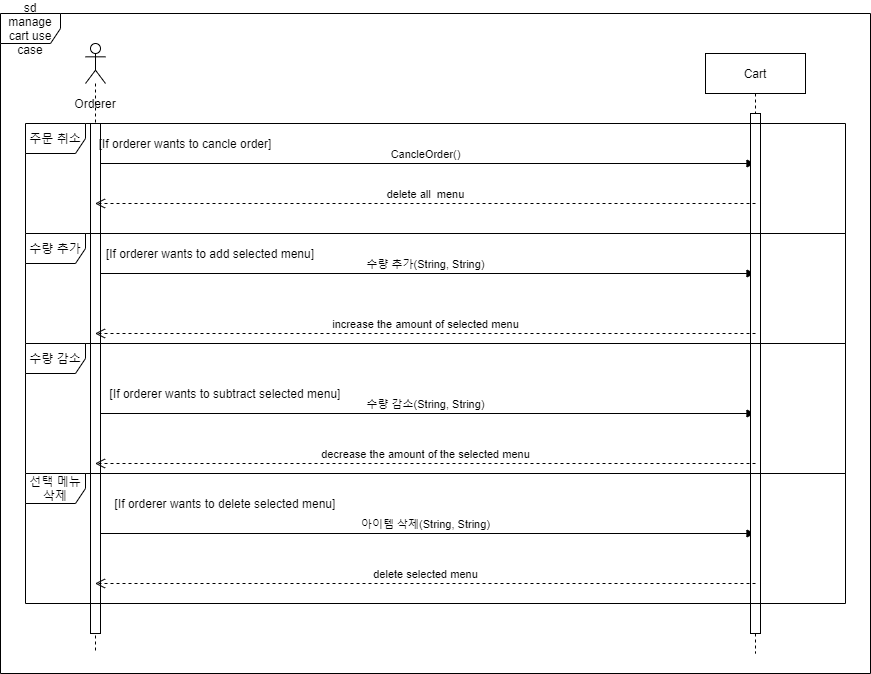
This is 상세명세서/Behavioral Model/sequence diagram/장바구니 관리.png from distroytest/KNUSD-20202-Team05, a draw.io export, as it was before one commit. Source tidied: cells renumbered, new cells last; positions are measured from the earlier drawing's top-left corner, leaving out a move shared by most shapes.
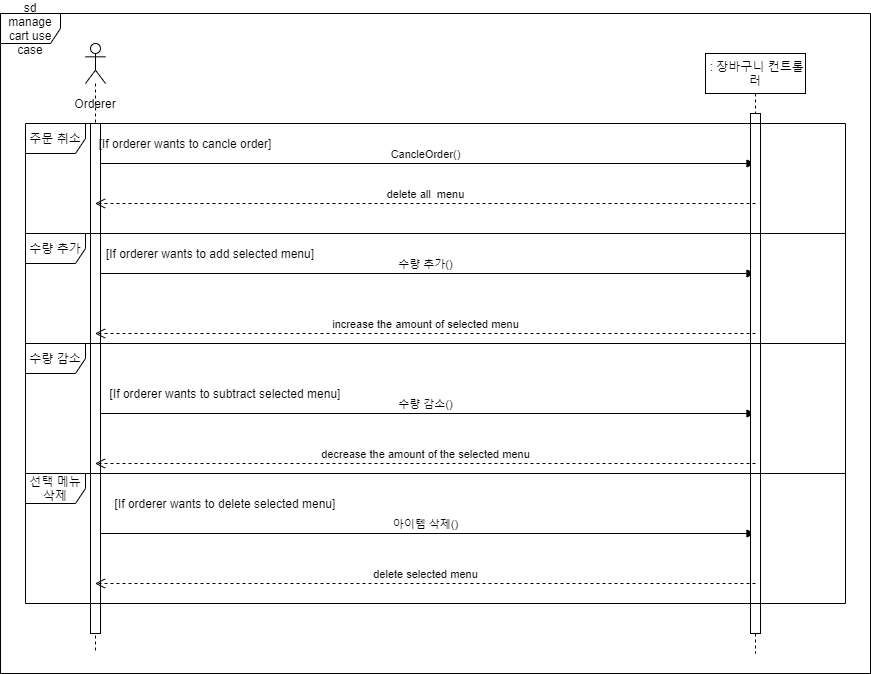
The same diagram one commit later.

Commit message:
Update 장바구니 관리.png

Diff of the diagram source:
```diff
@@ -10,17 +10,17 @@
         <mxPoint x="10" y="120" as="sourcePoint" />
       </mxGeometry>
     </mxCell>
-    <mxCell id="4" value="수량 추가(String, String)" style="html=1;verticalAlign=bottom;endArrow=block;" parent="2" edge="1" target="9">
+    <mxCell id="4" value="수량 추가()" style="html=1;verticalAlign=bottom;endArrow=block;" parent="2" edge="1" target="9">
       <mxGeometry relative="1" as="geometry">
         <mxPoint x="10" y="230" as="sourcePoint" />
       </mxGeometry>
     </mxCell>
-    <mxCell id="5" value="수량 감소(String, String)" style="html=1;verticalAlign=bottom;endArrow=block;" parent="2" edge="1" target="9">
+    <mxCell id="5" value="수량 감소()" style="html=1;verticalAlign=bottom;endArrow=block;" parent="2" edge="1" target="9">
       <mxGeometry relative="1" as="geometry">
         <mxPoint x="10" y="370" as="sourcePoint" />
       </mxGeometry>
     </mxCell>
-    <mxCell id="6" value="아이템 삭제(String, String)" style="html=1;verticalAlign=bottom;endArrow=block;" parent="2" edge="1" target="9">
+    <mxCell id="6" value="아이템 삭제()" style="html=1;verticalAlign=bottom;endArrow=block;" parent="2" edge="1" target="9">
       <mxGeometry relative="1" as="geometry">
         <mxPoint x="10" y="490" as="sourcePoint" />
       </mxGeometry>
@@ -31,7 +31,7 @@
     <mxCell id="8" value="Orderer" style="text;html=1;strokeColor=none;fillColor=none;align=center;verticalAlign=middle;whiteSpace=wrap;rounded=0;" parent="1" vertex="1">
       <mxGeometry x="75" y="80" width="40" height="20" as="geometry" />
     </mxCell>
-    <mxCell id="9" value="Cart" style="shape=umlLifeline;perimeter=lifelinePerimeter;whiteSpace=wrap;html=1;outlineConnect=0;" parent="1" vertex="1">
+    <mxCell id="9" value="&amp;nbsp;: 장바구니 컨트롤러" style="shape=umlLifeline;perimeter=lifelinePerimeter;whiteSpace=wrap;html=1;outlineConnect=0;" parent="1" vertex="1">
       <mxGeometry x="705" y="40" width="100" height="600" as="geometry" />
     </mxCell>
     <mxCell id="10" style="html=1;perimeter=orthogonalPerimeter;" parent="9" vertex="1">
```
